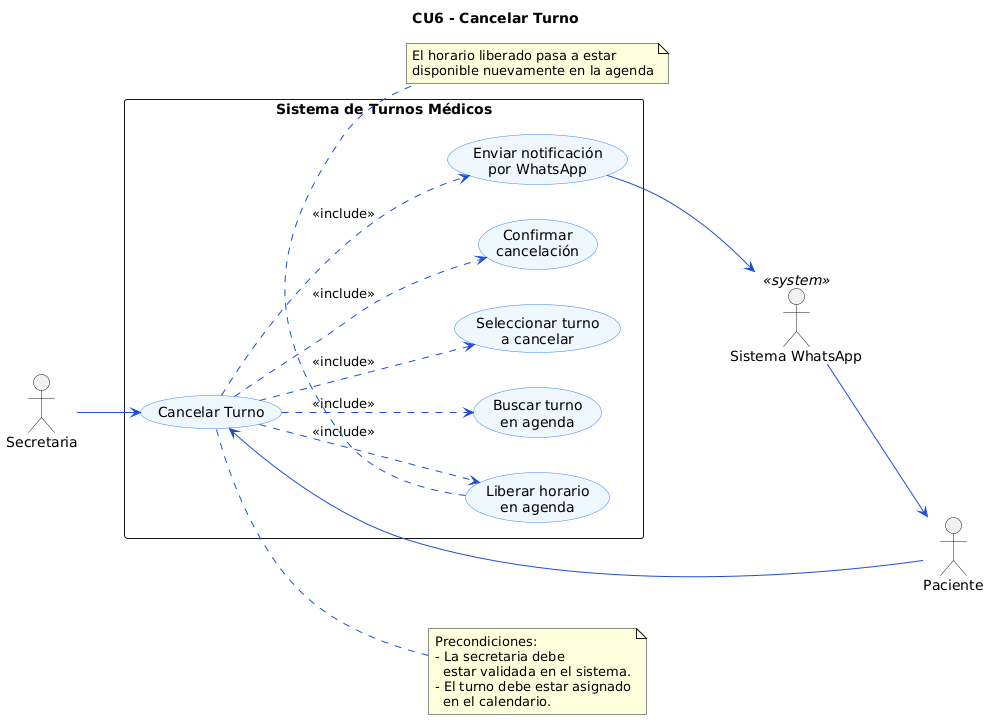
Above: diagramas/02-casos-de-uso/02-cancelar-turno-06.png in angelgc9107-lgtm/SistemaTurnosMedicos_GP6 (PlantUML), before the change.
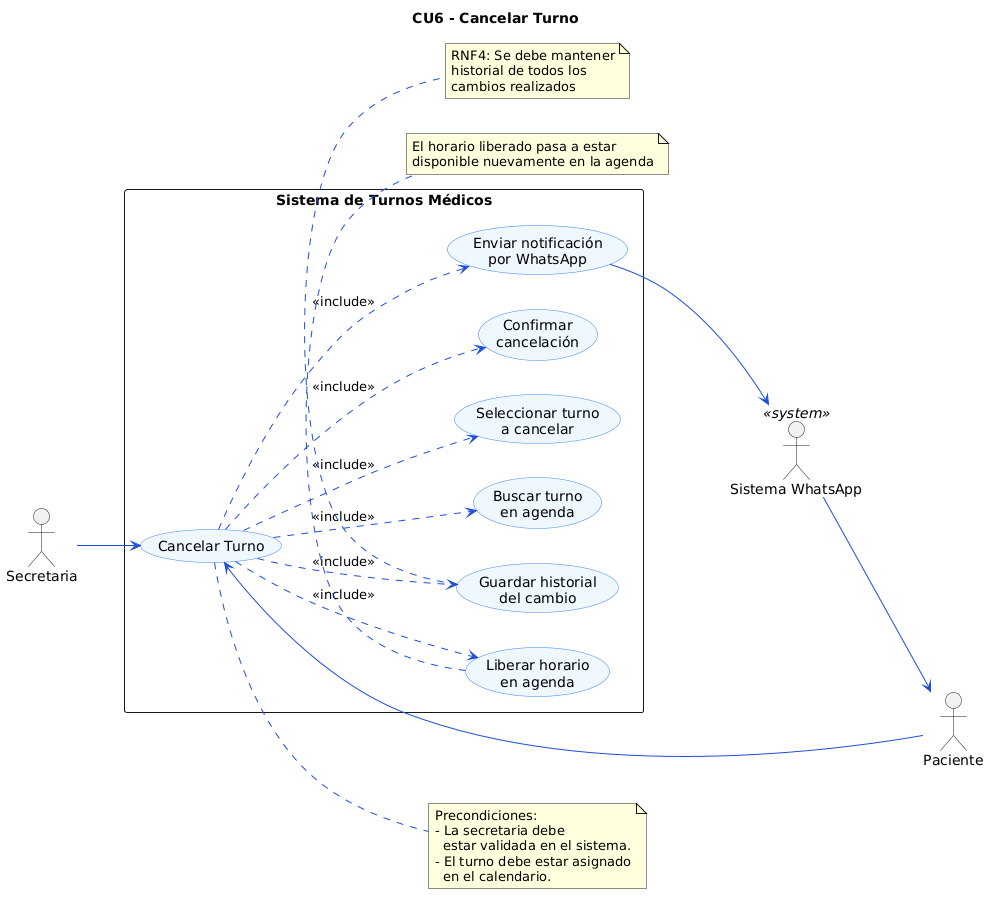
The same diagram one commit later.

Commit message:
Agregar historial del cambio en cancelación de turno

The edit, as a diff of the source:
```diff
@@ -22,12 +22,14 @@
     usecase "Confirmar\ncancelación" as CU6_3
     usecase "Liberar horario\nen agenda" as CU6_4
     usecase "Enviar notificación\npor WhatsApp" as CU6_5
+    usecase "Guardar historial\ndel cambio" as CU6_6
 
     CU6 ..> CU6_1 : <<include>>
     CU6 ..> CU6_2 : <<include>>
     CU6 ..> CU6_3 : <<include>>
     CU6 ..> CU6_4 : <<include>>
     CU6 ..> CU6_5 : <<include>>
+    CU6 ..> CU6_6 : <<include>>
 
 }
 
@@ -41,6 +43,12 @@
   disponible nuevamente en la agenda
 end note
 
+note bottom of CU6_6
+  RNF4: Se debe mantener
+  historial de todos los
+  cambios realizados
+end note
+
 note right of CU6
   Precondiciones:
   - La secretaria debe
```
